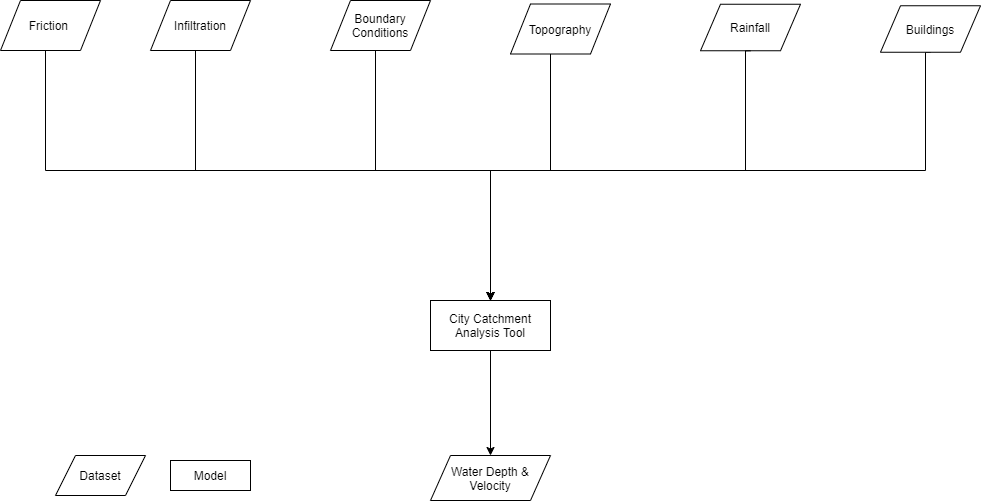
Above: citycat/openclim-citycat-workflow.png in OpenCLIM/workflow-diagrams (draw.io), before the change. Source tidied: cells renumbered, new cells last; positions are measured from the earlier drawing's top-left corner, leaving out a move shared by most shapes.
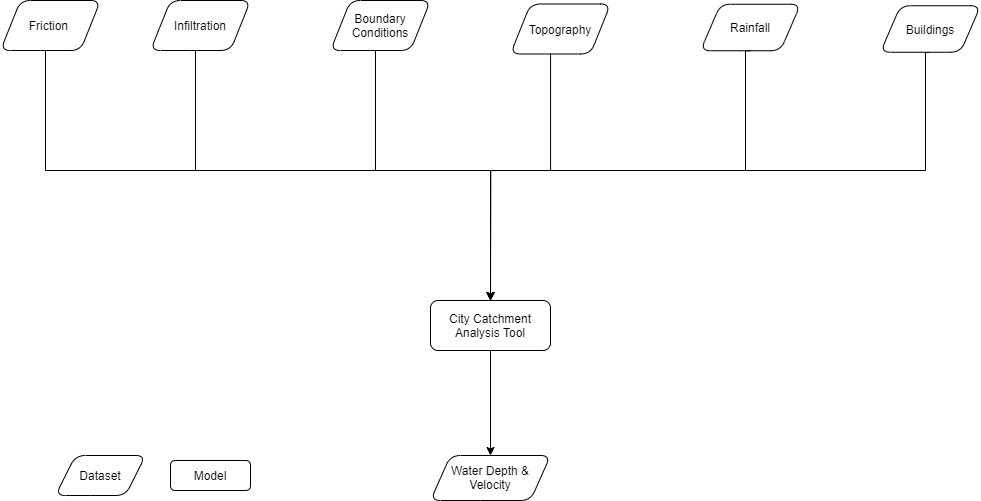
The same file after the commit.

What changed in the source:
```diff
@@ -26,10 +26,10 @@
         </Array>
       </mxGeometry>
     </mxCell>
-    <mxCell id="5" value="Boundary Conditions" style="shape=parallelogram;perimeter=parallelogramPerimeter;whiteSpace=wrap;html=1;fixedSize=1;rounded=0;" parent="1" vertex="1">
+    <mxCell id="5" value="Boundary Conditions" style="shape=parallelogram;perimeter=parallelogramPerimeter;whiteSpace=wrap;html=1;fixedSize=1;rounded=1;" parent="1" vertex="1">
       <mxGeometry x="330" width="100" height="50" as="geometry" />
     </mxCell>
-    <mxCell id="6" value="Buildings" style="shape=parallelogram;perimeter=parallelogramPerimeter;whiteSpace=wrap;html=1;fixedSize=1;rounded=0;" parent="1" vertex="1">
+    <mxCell id="6" value="Buildings" style="shape=parallelogram;perimeter=parallelogramPerimeter;whiteSpace=wrap;html=1;fixedSize=1;rounded=1;" parent="1" vertex="1">
       <mxGeometry x="880" y="5.2" width="100" height="46.5" as="geometry" />
     </mxCell>
     <mxCell id="7" style="edgeStyle=orthogonalEdgeStyle;rounded=0;jettySize=auto;html=1;entryX=0.5;entryY=0;entryDx=0;entryDy=0;exitX=0.5;exitY=1;exitDx=0;exitDy=0;" parent="1" edge="1" source="8" target="10">
@@ -40,22 +40,22 @@
         </Array>
       </mxGeometry>
     </mxCell>
-    <mxCell id="8" value="Friction&amp;nbsp;" style="shape=parallelogram;perimeter=parallelogramPerimeter;whiteSpace=wrap;html=1;fixedSize=1;rounded=0;" parent="1" vertex="1">
+    <mxCell id="8" value="Friction&amp;nbsp;" style="shape=parallelogram;perimeter=parallelogramPerimeter;whiteSpace=wrap;html=1;fixedSize=1;rounded=1;" parent="1" vertex="1">
       <mxGeometry width="100" height="50" as="geometry" />
     </mxCell>
     <mxCell id="9" style="edgeStyle=orthogonalEdgeStyle;rounded=0;jettySize=auto;html=1;entryX=0.5;entryY=0;entryDx=0;entryDy=0;" parent="1" edge="1" source="10" target="16">
       <mxGeometry relative="1" as="geometry" />
     </mxCell>
-    <mxCell id="10" value="City Catchment Analysis Tool" style="rounded=0;whiteSpace=wrap;html=1;fontSize=12;glass=0;strokeWidth=1;shadow=0;" parent="1" vertex="1">
+    <mxCell id="10" value="City Catchment Analysis Tool" style="rounded=1;whiteSpace=wrap;html=1;fontSize=12;glass=0;strokeWidth=1;shadow=0;" parent="1" vertex="1">
       <mxGeometry x="430" y="300" width="120" height="50" as="geometry" />
     </mxCell>
-    <mxCell id="11" value="Rainfall" style="shape=parallelogram;perimeter=parallelogramPerimeter;whiteSpace=wrap;html=1;fixedSize=1;rounded=0;" parent="1" vertex="1">
+    <mxCell id="11" value="Rainfall" style="shape=parallelogram;perimeter=parallelogramPerimeter;whiteSpace=wrap;html=1;fixedSize=1;rounded=1;" parent="1" vertex="1">
       <mxGeometry x="700" y="3.8" width="100" height="46.5" as="geometry" />
     </mxCell>
-    <mxCell id="12" value="Dataset" style="shape=parallelogram;perimeter=parallelogramPerimeter;whiteSpace=wrap;html=1;fixedSize=1;rounded=0;" parent="1" vertex="1">
+    <mxCell id="12" value="Dataset" style="shape=parallelogram;perimeter=parallelogramPerimeter;whiteSpace=wrap;html=1;fixedSize=1;rounded=1;" parent="1" vertex="1">
       <mxGeometry x="55" y="455" width="90" height="40" as="geometry" />
     </mxCell>
-    <mxCell id="13" value="Model" style="rounded=0;whiteSpace=wrap;html=1;fontSize=12;glass=0;strokeWidth=1;shadow=0;" parent="1" vertex="1">
+    <mxCell id="13" value="Model" style="rounded=1;whiteSpace=wrap;html=1;fontSize=12;glass=0;strokeWidth=1;shadow=0;" parent="1" vertex="1">
       <mxGeometry x="170" y="460" width="80" height="30" as="geometry" />
     </mxCell>
     <mxCell id="14" style="edgeStyle=orthogonalEdgeStyle;rounded=0;jettySize=auto;html=1;entryX=0.5;entryY=0;entryDx=0;entryDy=0;" parent="1" edge="1" source="15" target="10">
@@ -66,13 +66,13 @@
         </Array>
       </mxGeometry>
     </mxCell>
-    <mxCell id="15" value="Infiltration" style="shape=parallelogram;perimeter=parallelogramPerimeter;whiteSpace=wrap;html=1;fixedSize=1;rounded=0;" parent="1" vertex="1">
+    <mxCell id="15" value="Infiltration" style="shape=parallelogram;perimeter=parallelogramPerimeter;whiteSpace=wrap;html=1;fixedSize=1;rounded=1;" parent="1" vertex="1">
       <mxGeometry x="150" width="100" height="50" as="geometry" />
     </mxCell>
-    <mxCell id="16" value="Water Depth &amp;amp; Velocity" style="shape=parallelogram;perimeter=parallelogramPerimeter;whiteSpace=wrap;html=1;fixedSize=1;rounded=0;" parent="1" vertex="1">
+    <mxCell id="16" value="Water Depth &amp;amp; Velocity" style="shape=parallelogram;perimeter=parallelogramPerimeter;whiteSpace=wrap;html=1;fixedSize=1;rounded=1;" parent="1" vertex="1">
       <mxGeometry x="430" y="455" width="120" height="45" as="geometry" />
     </mxCell>
-    <mxCell id="17" value="Topography" style="shape=parallelogram;perimeter=parallelogramPerimeter;whiteSpace=wrap;html=1;fixedSize=1;rounded=0;" parent="1" vertex="1">
+    <mxCell id="17" value="Topography" style="shape=parallelogram;perimeter=parallelogramPerimeter;whiteSpace=wrap;html=1;fixedSize=1;rounded=1;" parent="1" vertex="1">
       <mxGeometry x="510" y="3.5" width="100" height="50" as="geometry" />
     </mxCell>
     <mxCell id="18" style="edgeStyle=orthogonalEdgeStyle;rounded=0;jettySize=auto;html=1;entryX=0.5;entryY=0;entryDx=0;entryDy=0;exitX=0.5;exitY=1;exitDx=0;exitDy=0;" parent="1" edge="1" source="11" target="10">
```
